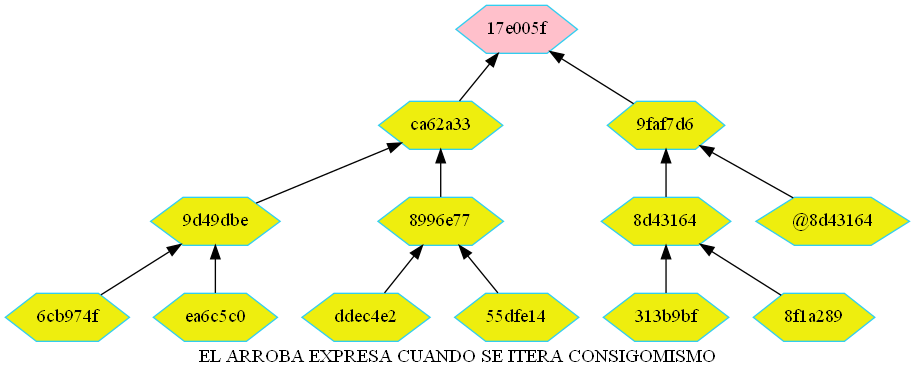
Before: merkle.png, a diagram exported from Graphviz (betebetoven/EDDS2F2). Its source is kept beside it as merkle.dot.
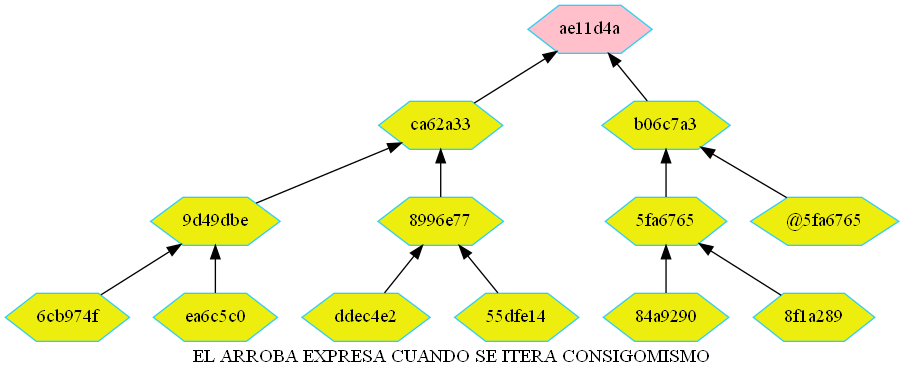
Later version of the same file.

Change to the diagram source:
```diff
@@ -11,13 +11,13 @@
 "55dfe14" -> "8996e77"
 "6cb974f" -> "9d49dbe"
 "ea6c5c0" -> "9d49dbe"
-"313b9bf" -> "8d43164"
-"8f1a289" -> "8d43164"
+"84a9290" -> "5fa6765"
+"8f1a289" -> "5fa6765"
 "8996e77" -> "ca62a33"
 "9d49dbe" -> "ca62a33"
-"8d43164" -> "9faf7d6"
-"@8d43164" -> "9faf7d6"
-"ca62a33" -> "17e005f"
-"9faf7d6" -> "17e005f"
-"17e005f"[fillcolor="pink"]
+"5fa6765" -> "b06c7a3"
+"@5fa6765" -> "b06c7a3"
+"ca62a33" -> "ae11d4a"
+"b06c7a3" -> "ae11d4a"
+"ae11d4a"[fillcolor="pink"]
 }
```
